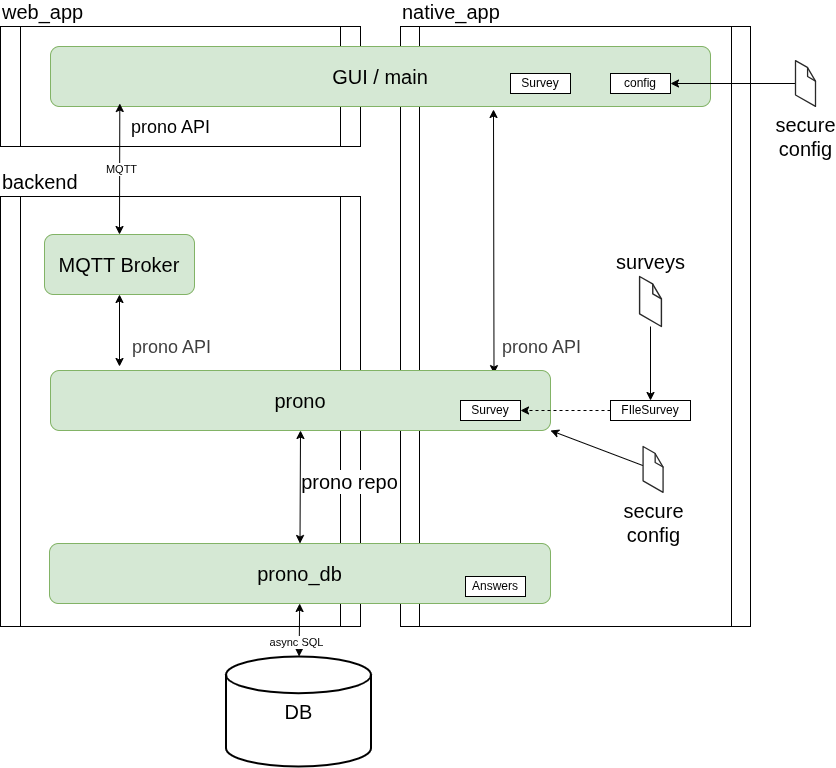
Earlier version of the draw.io export docs/architecture.drawio.png (jaques-sam/prono). Source tidied: cells renumbered, new cells last; positions are measured from the earlier drawing's top-left corner, leaving out a move shared by most shapes.
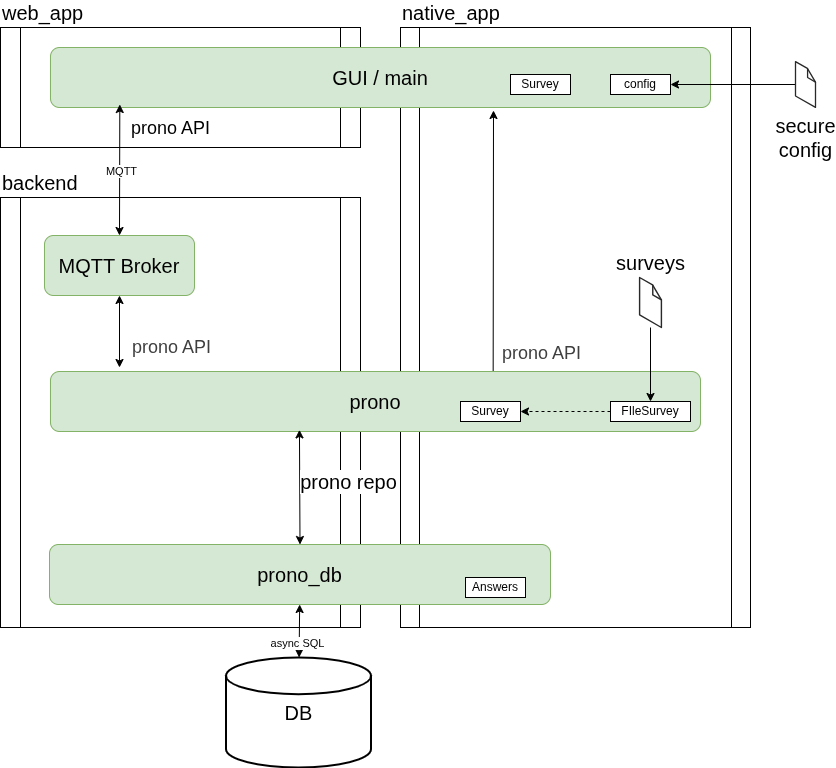
The same diagram one commit later.

The edit, as a diff of the source:
```diff
@@ -11,7 +11,7 @@
     <mxCell id="4" value="backend" style="shape=process;whiteSpace=wrap;html=1;backgroundOutline=1;size=0.05555555555555555;labelPosition=center;verticalLabelPosition=top;align=left;verticalAlign=bottom;fontSize=20;" parent="1" vertex="1">
       <mxGeometry y="170" width="360" height="430" as="geometry" />
     </mxCell>
-    <mxCell id="5" style="edgeStyle=none;html=1;startArrow=classic;startFill=1;entryX=0.887;entryY=0.052;entryDx=0;entryDy=0;entryPerimeter=0;" parent="1" edge="1" target="8">
+    <mxCell id="5" style="edgeStyle=none;html=1;startArrow=classic;startFill=1;entryX=0.681;entryY=0.139;entryDx=0;entryDy=0;entryPerimeter=0;" parent="1" edge="1" target="8">
       <mxGeometry y="-50" relative="1" as="geometry">
         <mxPoint x="493" y="83" as="sourcePoint" />
       </mxGeometry>
@@ -25,7 +25,7 @@
       <mxGeometry x="50" y="20" width="660" height="60" as="geometry" />
     </mxCell>
     <mxCell id="8" value="prono" style="rounded=1;whiteSpace=wrap;html=1;fontSize=20;fillColor=#d5e8d4;strokeColor=#82b366;" parent="1" vertex="1">
-      <mxGeometry x="50" y="344" width="500" height="60" as="geometry" />
+      <mxGeometry x="50" y="344" width="650" height="60" as="geometry" />
     </mxCell>
     <mxCell id="9" style="edgeStyle=none;html=1;fontSize=20;startArrow=classic;startFill=1;" parent="1" edge="1" source="11" target="12">
       <mxGeometry relative="1" as="geometry" />
@@ -72,7 +72,7 @@
     <mxCell id="21" value="Survey" style="rounded=0;whiteSpace=wrap;html=1;" parent="1" vertex="1">
       <mxGeometry x="460" y="374" width="60" height="20" as="geometry" />
     </mxCell>
-    <mxCell id="22" value="prono repo" style="edgeStyle=none;html=1;fontSize=20;startArrow=classic;startFill=1;entryX=0.5;entryY=1;entryDx=0;entryDy=0;exitX=0.5;exitY=0;exitDx=0;exitDy=0;" parent="1" edge="1" source="11" target="8">
+    <mxCell id="22" value="prono repo" style="edgeStyle=none;html=1;fontSize=20;startArrow=classic;startFill=1;entryX=0.383;entryY=0.973;entryDx=0;entryDy=0;exitX=0.5;exitY=0;exitDx=0;exitDy=0;entryPerimeter=0;" parent="1" edge="1" source="11" target="8">
       <mxGeometry x="0.12" y="-49" relative="1" as="geometry">
         <mxPoint y="1" as="offset" />
       </mxGeometry>
@@ -95,11 +95,5 @@
     <mxCell id="28" value="config" style="rounded=0;whiteSpace=wrap;html=1;" parent="1" vertex="1">
       <mxGeometry x="610" y="47" width="60" height="20" as="geometry" />
     </mxCell>
-    <mxCell id="29" style="edgeStyle=none;html=1;entryX=1;entryY=1;entryDx=0;entryDy=0;" parent="1" edge="1" source="30" target="8">
-      <mxGeometry relative="1" as="geometry" />
-    </mxCell>
-    <mxCell id="30" value="&lt;span style=&quot;font-size: 20px;&quot;&gt;secure&lt;br&gt;config&lt;/span&gt;" style="verticalLabelPosition=bottom;html=1;verticalAlign=top;strokeWidth=1;align=center;outlineConnect=0;dashed=0;outlineConnect=0;shape=mxgraph.aws3d.file;strokeColor=#292929;" parent="1" vertex="1">
-      <mxGeometry x="642.6" y="420" width="20" height="45.9" as="geometry" />
-    </mxCell>
   </root>
 </mxGraphModel>
```
